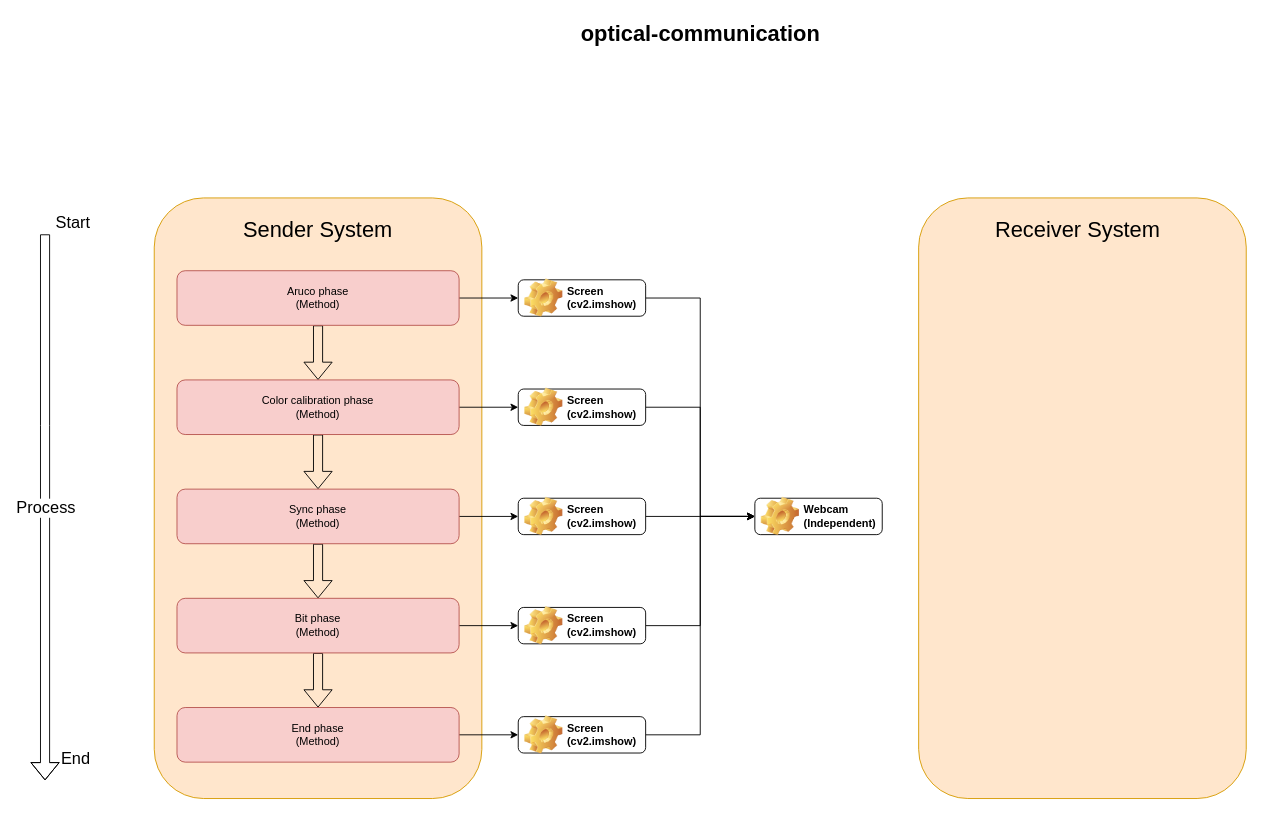
The draw.io diagram maps/optical-communication.drawio in Loadofspaghetti/Optical-Communication, before the edit. Source tidied: cells renumbered, new cells numbered last; positions are measured from the earlier drawing's top-left corner, leaving out a move shared by most shapes. Both pictures are drawn from the tidied source at 91%, with x=0, y=0 at pixel (45, 15).
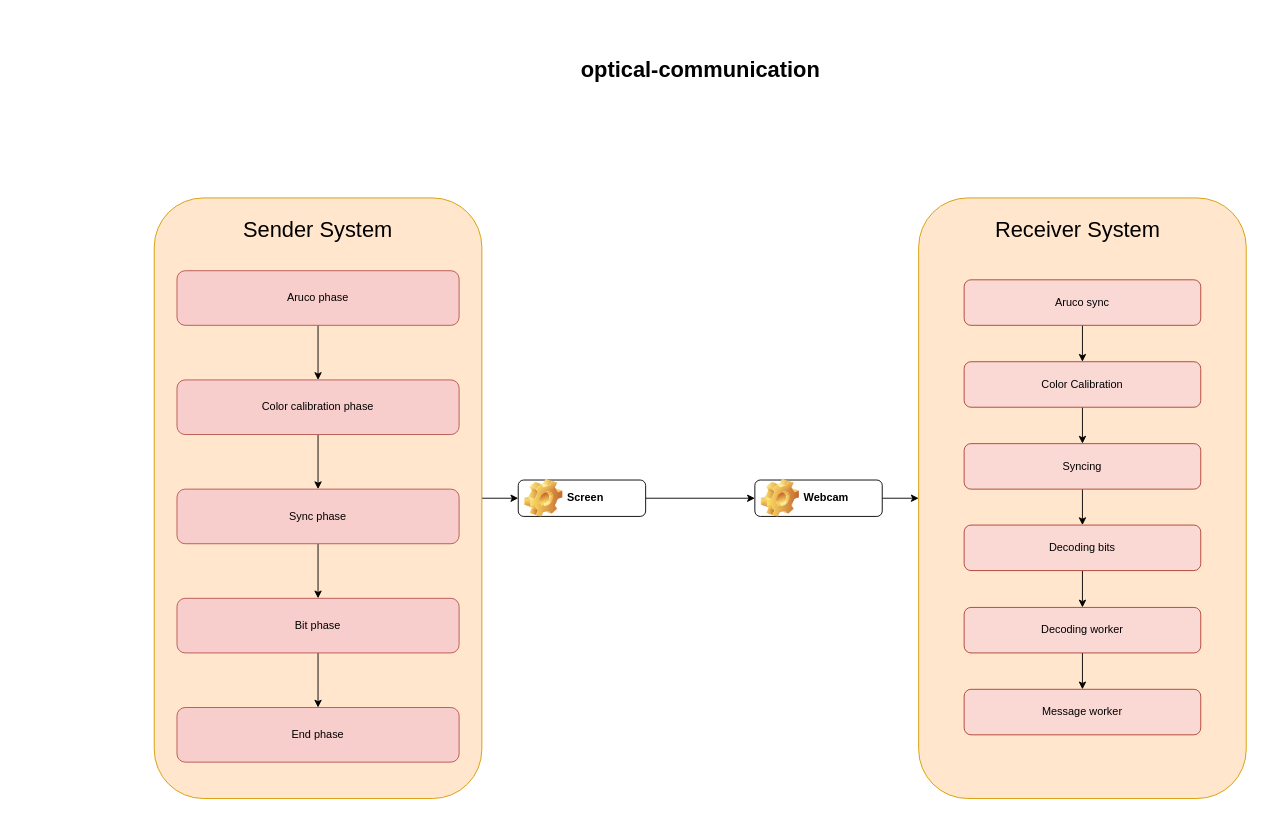
After the change.

Commit message:
Updated overlaying pipeline

The change refers to these unchanged cells:
```xml
<mxCell id="4" style="rounded=1;whiteSpace=wrap;html=1;fillColor=#ffe6cc;strokeColor=#d79b00;horizontal=1;fontStyle=1;spacingTop=1;" parent="1" vertex="1">
  <mxGeometry x="120" y="200" width="360" height="660" as="geometry" />
</mxCell>
<mxCell id="30" style="rounded=1;whiteSpace=wrap;html=1;fillColor=#ffe6cc;strokeColor=#d79b00;horizontal=1;fontStyle=1;spacingTop=1;" parent="1" vertex="1">
  <mxGeometry x="960" y="200" width="360" height="660" as="geometry" />
</mxCell>
```

Change to the diagram source:
```diff
@@
     <mxCell id="2" value="optical-communication" style="text;strokeColor=none;fillColor=none;html=1;fontSize=24;fontStyle=1;verticalAlign=middle;align=center;" parent="1" vertex="1">
-      <mxGeometry x="670" width="100" height="40" as="geometry" />
+      <mxGeometry x="670" y="40" width="100" height="40" as="geometry" />
     </mxCell>
+    <mxCell id="36" style="edgeStyle=orthogonalEdgeStyle;rounded=0;jettySize=auto;html=1;exitX=1;exitY=0.5;exitDx=0;exitDy=0;entryX=0;entryY=0.5;entryDx=0;entryDy=0;" parent="1" edge="1" source="3" target="30">
+      <mxGeometry relative="1" as="geometry" />
+    </mxCell>
-    <mxCell id="3" value="Webcam&lt;div&gt;(Independent)&lt;/div&gt;" style="label;whiteSpace=wrap;html=1;image=img/clipart/Gear_128x128.png;" parent="1" vertex="1">
-      <mxGeometry x="780" y="530" width="140" height="40" as="geometry" />
+    <mxCell id="3" value="Webcam" style="label;whiteSpace=wrap;html=1;image=img/clipart/Gear_128x128.png;" parent="1" vertex="1">
+      <mxGeometry x="780" y="510" width="140" height="40" as="geometry" />
     </mxCell>
+    <mxCell id="37" style="edgeStyle=orthogonalEdgeStyle;rounded=0;jettySize=auto;html=1;exitX=1;exitY=0.5;exitDx=0;exitDy=0;entryX=0;entryY=0.5;entryDx=0;entryDy=0;" parent="1" edge="1" source="4" target="25">
+      <mxGeometry relative="1" as="geometry" />
+    </mxCell>
@@
-    <mxCell id="5" style="edgeStyle=orthogonalEdgeStyle;rounded=0;jettySize=auto;html=1;exitX=1;exitY=0.5;exitDx=0;exitDy=0;entryX=0;entryY=0.5;entryDx=0;entryDy=0;" parent="1" edge="1" source="6" target="3">
-      <mxGeometry relative="1" as="geometry" />
-    </mxCell>
-    <mxCell id="6" value="Screen&lt;div&gt;(cv2.imshow)&lt;/div&gt;" style="label;whiteSpace=wrap;html=1;image=img/clipart/Gear_128x128.png;" parent="1" vertex="1">
-      <mxGeometry x="520" y="290" width="140" height="40" as="geometry" />
-    </mxCell>
-    <mxCell id="7" style="edgeStyle=orthogonalEdgeStyle;rounded=0;jettySize=auto;html=1;exitX=0.5;exitY=1;exitDx=0;exitDy=0;entryX=0.5;entryY=0;entryDx=0;entryDy=0;shape=flexArrow;" parent="1" edge="1" source="9" target="12">
+    <mxCell id="7" style="edgeStyle=orthogonalEdgeStyle;rounded=0;jettySize=auto;html=1;exitX=0.5;exitY=1;exitDx=0;exitDy=0;entryX=0.5;entryY=0;entryDx=0;entryDy=0;" parent="1" edge="1" source="9" target="12">
       <mxGeometry relative="1" as="geometry" />
     </mxCell>
-    <mxCell id="8" style="edgeStyle=orthogonalEdgeStyle;rounded=0;jettySize=auto;html=1;exitX=1;exitY=0.5;exitDx=0;exitDy=0;entryX=0;entryY=0.5;entryDx=0;entryDy=0;" parent="1" edge="1" source="9" target="6">
-      <mxGeometry relative="1" as="geometry" />
-    </mxCell>
-    <mxCell id="9" value="Aruco phase&lt;div&gt;(Method)&lt;/div&gt;" style="rounded=1;whiteSpace=wrap;html=1;fillColor=#f8cecc;strokeColor=#b85450;" parent="1" vertex="1">
+    <mxCell id="9" value="Aruco phase" style="rounded=1;whiteSpace=wrap;html=1;fillColor=#f8cecc;strokeColor=#b85450;" parent="1" vertex="1">
       <mxGeometry x="145" y="280" width="310" height="60" as="geometry" />
     </mxCell>
-    <mxCell id="10" style="edgeStyle=orthogonalEdgeStyle;rounded=0;jettySize=auto;html=1;exitX=0.5;exitY=1;exitDx=0;exitDy=0;entryX=0.5;entryY=0;entryDx=0;entryDy=0;shape=flexArrow;" parent="1" edge="1" source="12" target="16">
+    <mxCell id="10" style="edgeStyle=orthogonalEdgeStyle;rounded=0;jettySize=auto;html=1;exitX=0.5;exitY=1;exitDx=0;exitDy=0;entryX=0.5;entryY=0;entryDx=0;entryDy=0;" parent="1" edge="1" source="12" target="16">
       <mxGeometry relative="1" as="geometry" />
     </mxCell>
-    <mxCell id="11" style="edgeStyle=orthogonalEdgeStyle;rounded=0;jettySize=auto;html=1;exitX=1;exitY=0.5;exitDx=0;exitDy=0;entryX=0;entryY=0.5;entryDx=0;entryDy=0;" parent="1" edge="1" source="12" target="23">
-      <mxGeometry relative="1" as="geometry" />
-    </mxCell>
-    <mxCell id="12" value="Color calibration phase&lt;div&gt;(Method)&lt;/div&gt;" style="rounded=1;whiteSpace=wrap;html=1;fillColor=#f8cecc;strokeColor=#b85450;" parent="1" vertex="1">
+    <mxCell id="12" value="Color calibration phase" style="rounded=1;whiteSpace=wrap;html=1;fillColor=#f8cecc;strokeColor=#b85450;" parent="1" vertex="1">
       <mxGeometry x="145" y="400" width="310" height="60" as="geometry" />
     </mxCell>
@@
-    <mxCell id="14" style="edgeStyle=orthogonalEdgeStyle;rounded=0;jettySize=auto;html=1;exitX=0.5;exitY=1;exitDx=0;exitDy=0;entryX=0.5;entryY=0;entryDx=0;entryDy=0;shape=flexArrow;" parent="1" edge="1" source="16" target="19">
+    <mxCell id="14" style="edgeStyle=orthogonalEdgeStyle;rounded=0;jettySize=auto;html=1;exitX=0.5;exitY=1;exitDx=0;exitDy=0;entryX=0.5;entryY=0;entryDx=0;entryDy=0;" parent="1" edge="1" source="16" target="19">
       <mxGeometry relative="1" as="geometry" />
     </mxCell>
-    <mxCell id="15" style="edgeStyle=orthogonalEdgeStyle;rounded=0;jettySize=auto;html=1;exitX=1;exitY=0.5;exitDx=0;exitDy=0;entryX=0;entryY=0.5;entryDx=0;entryDy=0;" parent="1" edge="1" source="16" target="25">
-      <mxGeometry relative="1" as="geometry" />
-    </mxCell>
-    <mxCell id="16" value="Sync phase&lt;div&gt;(Method&lt;span style=&quot;background-color: transparent; color: light-dark(rgb(0, 0, 0), rgb(255, 255, 255));&quot;&gt;)&lt;/span&gt;&lt;/div&gt;" style="rounded=1;whiteSpace=wrap;html=1;fillColor=#f8cecc;strokeColor=#b85450;" parent="1" vertex="1">
+    <mxCell id="16" value="Sync phase" style="rounded=1;whiteSpace=wrap;html=1;fillColor=#f8cecc;strokeColor=#b85450;" parent="1" vertex="1">
       <mxGeometry x="145" y="520" width="310" height="60" as="geometry" />
     </mxCell>
-    <mxCell id="17" style="edgeStyle=orthogonalEdgeStyle;rounded=0;jettySize=auto;html=1;exitX=0.5;exitY=1;exitDx=0;exitDy=0;entryX=0.5;entryY=0;entryDx=0;entryDy=0;shape=flexArrow;" parent="1" edge="1" source="19" target="21">
+    <mxCell id="17" style="edgeStyle=orthogonalEdgeStyle;rounded=0;jettySize=auto;html=1;exitX=0.5;exitY=1;exitDx=0;exitDy=0;entryX=0.5;entryY=0;entryDx=0;entryDy=0;" parent="1" edge="1" source="19" target="21">
       <mxGeometry relative="1" as="geometry" />
     </mxCell>
-    <mxCell id="18" style="edgeStyle=orthogonalEdgeStyle;rounded=0;jettySize=auto;html=1;exitX=1;exitY=0.5;exitDx=0;exitDy=0;entryX=0;entryY=0.5;entryDx=0;entryDy=0;" parent="1" edge="1" source="19" target="27">
-      <mxGeometry relative="1" as="geometry" />
-    </mxCell>
-    <mxCell id="19" value="Bit phase&lt;div&gt;(Method)&lt;/div&gt;" style="rounded=1;whiteSpace=wrap;html=1;fillColor=#f8cecc;strokeColor=#b85450;" parent="1" vertex="1">
+    <mxCell id="19" value="Bit phase" style="rounded=1;whiteSpace=wrap;html=1;fillColor=#f8cecc;strokeColor=#b85450;" parent="1" vertex="1">
       <mxGeometry x="145" y="640" width="310" height="60" as="geometry" />
     </mxCell>
-    <mxCell id="20" style="edgeStyle=orthogonalEdgeStyle;rounded=0;jettySize=auto;html=1;exitX=1;exitY=0.5;exitDx=0;exitDy=0;entryX=0;entryY=0.5;entryDx=0;entryDy=0;" parent="1" edge="1" source="21" target="29">
-      <mxGeometry relative="1" as="geometry" />
-    </mxCell>
-    <mxCell id="21" value="End phase&lt;div&gt;(Method)&lt;/div&gt;" style="rounded=1;whiteSpace=wrap;html=1;fillColor=#f8cecc;strokeColor=#b85450;" parent="1" vertex="1">
+    <mxCell id="21" value="End phase" style="rounded=1;whiteSpace=wrap;html=1;fillColor=#f8cecc;strokeColor=#b85450;" parent="1" vertex="1">
       <mxGeometry x="145" y="760" width="310" height="60" as="geometry" />
     </mxCell>
-    <mxCell id="22" style="edgeStyle=orthogonalEdgeStyle;rounded=0;jettySize=auto;html=1;exitX=1;exitY=0.5;exitDx=0;exitDy=0;entryX=0;entryY=0.5;entryDx=0;entryDy=0;" parent="1" edge="1" source="23" target="3">
-      <mxGeometry relative="1" as="geometry" />
-    </mxCell>
-    <mxCell id="23" value="Screen&lt;div&gt;(cv2.imshow)&lt;/div&gt;" style="label;whiteSpace=wrap;html=1;image=img/clipart/Gear_128x128.png;" parent="1" vertex="1">
-      <mxGeometry x="520" y="410" width="140" height="40" as="geometry" />
-    </mxCell>
@@
-    <mxCell id="25" value="Screen&lt;div&gt;(cv2.imshow)&lt;/div&gt;" style="label;whiteSpace=wrap;html=1;image=img/clipart/Gear_128x128.png;" parent="1" vertex="1">
-      <mxGeometry x="520" y="530" width="140" height="40" as="geometry" />
+    <mxCell id="25" value="Screen" style="label;whiteSpace=wrap;html=1;image=img/clipart/Gear_128x128.png;" parent="1" vertex="1">
+      <mxGeometry x="520" y="510" width="140" height="40" as="geometry" />
     </mxCell>
-    <mxCell id="26" style="edgeStyle=orthogonalEdgeStyle;rounded=0;jettySize=auto;html=1;exitX=1;exitY=0.5;exitDx=0;exitDy=0;entryX=0;entryY=0.5;entryDx=0;entryDy=0;" parent="1" edge="1" source="27" target="3">
-      <mxGeometry relative="1" as="geometry" />
-    </mxCell>
-    <mxCell id="27" value="Screen&lt;div&gt;(cv2.imshow)&lt;/div&gt;" style="label;whiteSpace=wrap;html=1;image=img/clipart/Gear_128x128.png;" parent="1" vertex="1">
-      <mxGeometry x="520" y="650" width="140" height="40" as="geometry" />
-    </mxCell>
-    <mxCell id="28" style="edgeStyle=orthogonalEdgeStyle;rounded=0;jettySize=auto;html=1;exitX=1;exitY=0.5;exitDx=0;exitDy=0;entryX=0;entryY=0.5;entryDx=0;entryDy=0;" parent="1" edge="1" source="29" target="3">
-      <mxGeometry relative="1" as="geometry" />
-    </mxCell>
-    <mxCell id="29" value="Screen&lt;div&gt;(cv2.imshow)&lt;/div&gt;" style="label;whiteSpace=wrap;html=1;image=img/clipart/Gear_128x128.png;" parent="1" vertex="1">
-      <mxGeometry x="520" y="770" width="140" height="40" as="geometry" />
-    </mxCell>
@@
-    <mxCell id="32" style="endArrow=classic;html=1;rounded=0;shape=flexArrow;" parent="1" edge="1">
-      <mxGeometry relative="1" as="geometry">
-        <mxPoint y="240" as="sourcePoint" />
-        <mxPoint y="840" as="targetPoint" />
-        <Array as="points">
-          <mxPoint y="450" />
-        </Array>
-      </mxGeometry>
-    </mxCell>
-    <mxCell id="33" value="&lt;font style=&quot;font-size: 18px;&quot;&gt;Process&lt;/font&gt;" style="edgeLabel;html=1;align=center;verticalAlign=middle;" parent="32" vertex="1">
-      <mxGeometry relative="1" as="geometry" />
-    </mxCell>
-    <mxCell id="34" value="&lt;font style=&quot;font-size: 18px;&quot;&gt;Start&lt;/font&gt;" style="edgeLabel;html=1;align=left;verticalAlign=bottom;" parent="32" vertex="1">
-      <mxGeometry x="-1" relative="1" as="geometry">
-        <mxPoint x="10" as="offset" />
-      </mxGeometry>
-    </mxCell>
-    <mxCell id="35" value="&lt;span style=&quot;font-size: 18px;&quot;&gt;End&lt;/span&gt;" style="edgeLabel;html=1;align=right;verticalAlign=bottom;rotation=0;" parent="32" vertex="1">
-      <mxGeometry x="1" relative="1" as="geometry">
-        <mxPoint x="50" y="-10" as="offset" />
-      </mxGeometry>
-    </mxCell>
+    <mxCell id="38" style="edgeStyle=orthogonalEdgeStyle;rounded=0;jettySize=auto;html=1;exitX=0.5;exitY=1;exitDx=0;exitDy=0;entryX=0.5;entryY=0;entryDx=0;entryDy=0;" parent="1" edge="1" source="39" target="41">
+      <mxGeometry relative="1" as="geometry" />
+    </mxCell>
+    <mxCell id="39" value="Aruco sync" style="rounded=1;whiteSpace=wrap;html=1;fillColor=#fad9d5;strokeColor=#ae4132;" parent="1" vertex="1">
+      <mxGeometry x="1010" y="290" width="260" height="50" as="geometry" />
+    </mxCell>
+    <mxCell id="40" style="edgeStyle=orthogonalEdgeStyle;rounded=0;jettySize=auto;html=1;exitX=0.5;exitY=1;exitDx=0;exitDy=0;entryX=0.5;entryY=0;entryDx=0;entryDy=0;" parent="1" edge="1" source="41" target="43">
+      <mxGeometry relative="1" as="geometry" />
+    </mxCell>
+    <mxCell id="41" value="Color Calibration" style="rounded=1;whiteSpace=wrap;html=1;fillColor=#fad9d5;strokeColor=#ae4132;" parent="1" vertex="1">
+      <mxGeometry x="1010" y="380" width="260" height="50" as="geometry" />
+    </mxCell>
+    <mxCell id="42" style="edgeStyle=orthogonalEdgeStyle;rounded=0;jettySize=auto;html=1;exitX=0.5;exitY=1;exitDx=0;exitDy=0;entryX=0.5;entryY=0;entryDx=0;entryDy=0;" parent="1" edge="1" source="43" target="45">
+      <mxGeometry relative="1" as="geometry" />
+    </mxCell>
+    <mxCell id="43" value="Syncing" style="rounded=1;whiteSpace=wrap;html=1;fillColor=#fad9d5;strokeColor=#ae4132;" parent="1" vertex="1">
+      <mxGeometry x="1010" y="470" width="260" height="50" as="geometry" />
+    </mxCell>
+    <mxCell id="44" style="edgeStyle=orthogonalEdgeStyle;rounded=0;jettySize=auto;html=1;exitX=0.5;exitY=1;exitDx=0;exitDy=0;entryX=0.5;entryY=0;entryDx=0;entryDy=0;" parent="1" edge="1" source="45" target="47">
+      <mxGeometry relative="1" as="geometry" />
+    </mxCell>
+    <mxCell id="45" value="Decoding bits" style="rounded=1;whiteSpace=wrap;html=1;fillColor=#fad9d5;strokeColor=#ae4132;" parent="1" vertex="1">
+      <mxGeometry x="1010" y="559.5" width="260" height="50" as="geometry" />
+    </mxCell>
+    <mxCell id="46" style="edgeStyle=orthogonalEdgeStyle;rounded=0;jettySize=auto;html=1;exitX=0.5;exitY=1;exitDx=0;exitDy=0;entryX=0.5;entryY=0;entryDx=0;entryDy=0;" parent="1" edge="1" source="47" target="48">
+      <mxGeometry relative="1" as="geometry" />
+    </mxCell>
+    <mxCell id="47" value="Decoding worker" style="rounded=1;whiteSpace=wrap;html=1;fillColor=#fad9d5;strokeColor=#ae4132;" parent="1" vertex="1">
+      <mxGeometry x="1010" y="650" width="260" height="50" as="geometry" />
+    </mxCell>
+    <mxCell id="48" value="Message worker" style="rounded=1;whiteSpace=wrap;html=1;fillColor=#fad9d5;strokeColor=#ae4132;" parent="1" vertex="1">
+      <mxGeometry x="1010" y="740" width="260" height="50" as="geometry" />
+    </mxCell>
```
